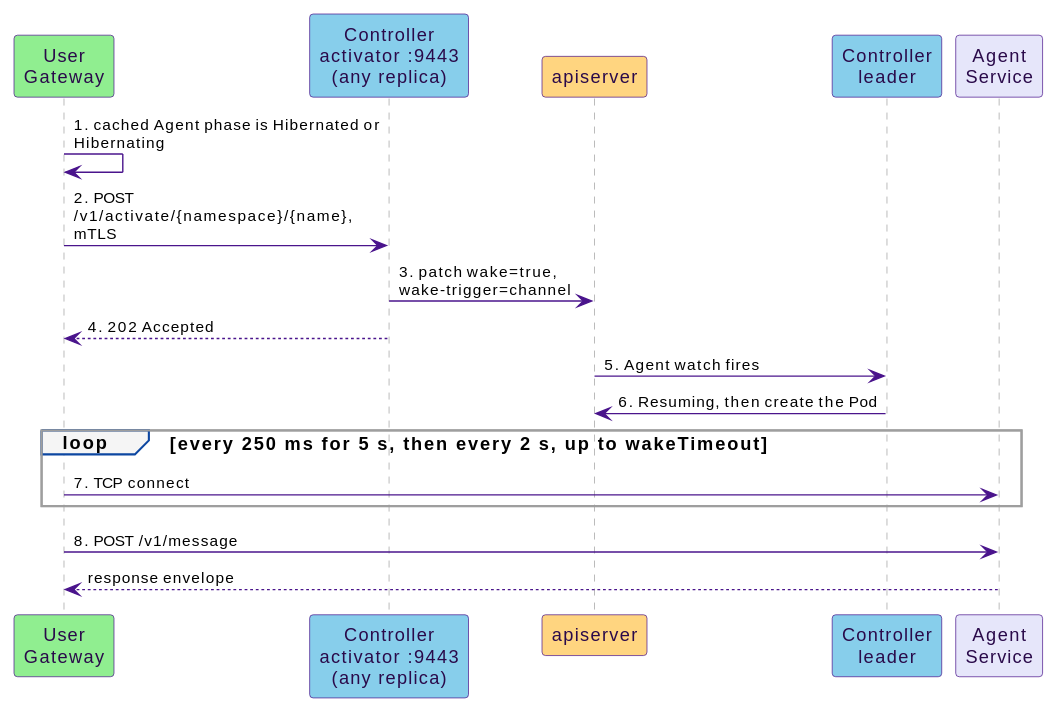
Earlier version of the PlantUML export docs/src/diagrams/wake-sequence.svg (win07xp/kaalm).
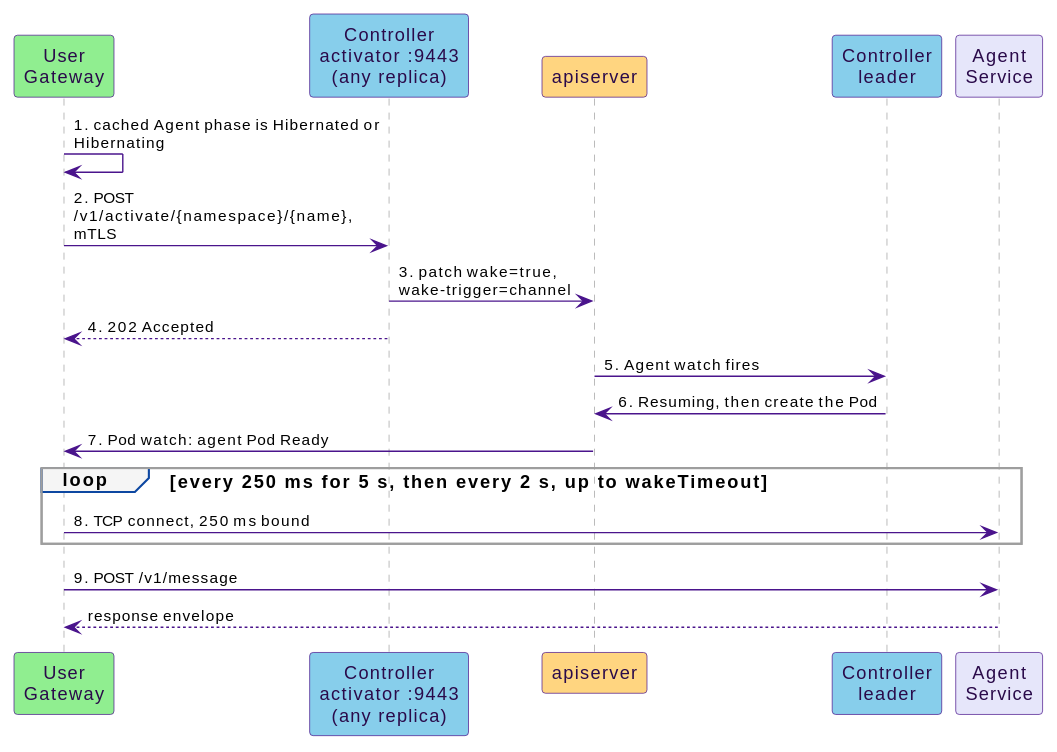
Later version of the same file.

Commit message:
docs: describe the Pod wait that connects once the agent Pod is Ready

The edit, as a diff of the source:
```diff
@@ -13,9 +13,10 @@
 ctrl --> gw : 4. 202 Accepted
 api -> leader : 5. Agent watch fires
 leader -> api : 6. Resuming, then create the Pod
+api -> gw : 7. Pod watch: agent Pod Ready
 loop every 250 ms for 5 s, then every 2 s, up to wakeTimeout
-  gw -> agent : 7. TCP connect
+  gw -> agent : 8. TCP connect, 250 ms bound
 end
-gw -> agent : 8. POST /v1/message
+gw -> agent : 9. POST /v1/message
 agent --> gw : response envelope
 @enduml
```
